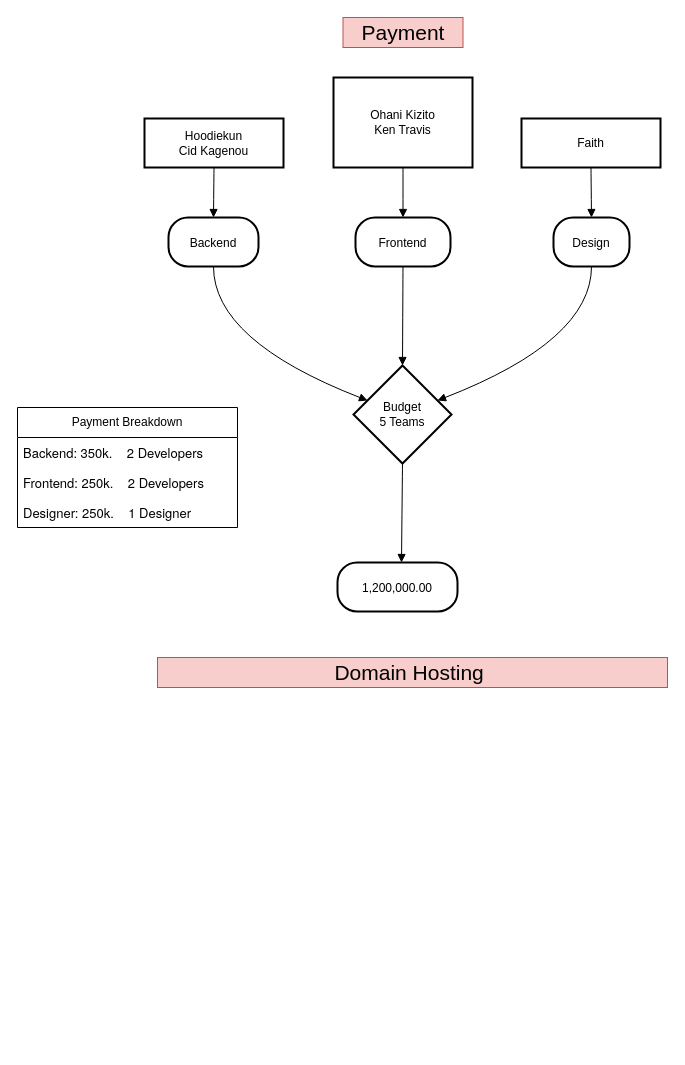
Above: Untitled Diagram.drawio in Hoodiekun/FicklePesky (draw.io), before the change. Source tidied: cells renumbered, new cells numbered last; positions are measured from the earlier drawing's top-left corner, leaving out a move shared by most shapes. Both pictures are drawn from the tidied source at 100%, with x=0, y=0 at pixel (17, 17).
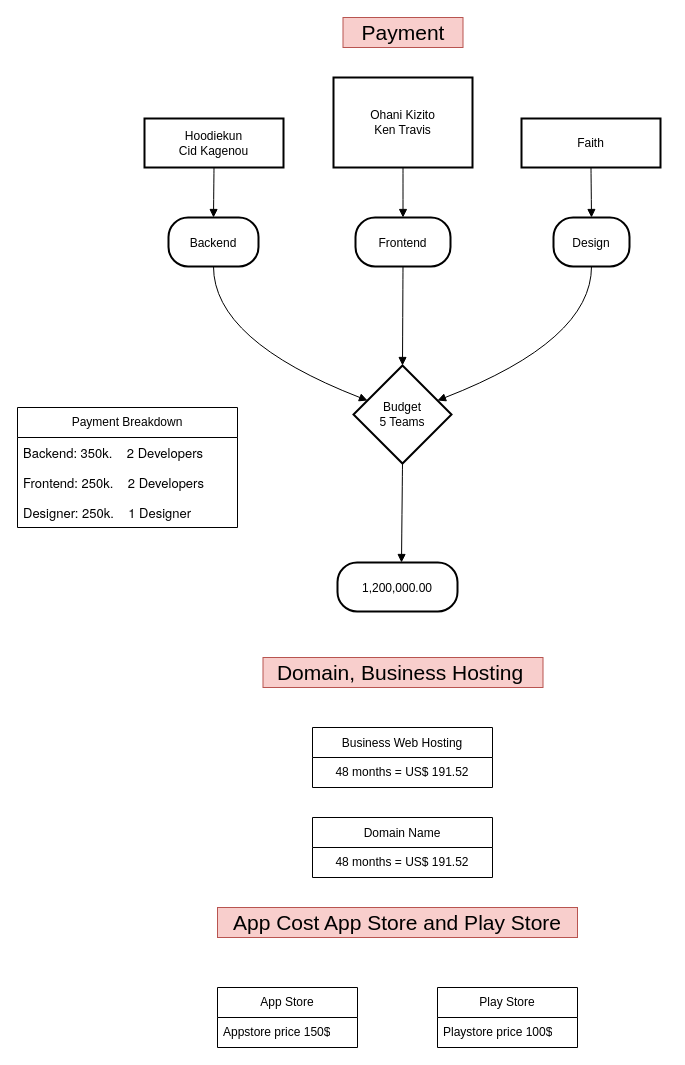
The same diagram, later.

The edit, as a diff of the source:
```diff
@@
-    <mxCell id="24" value="&lt;font style=&quot;font-size: 21px;&quot;&gt;Domain Hosting&amp;nbsp;&lt;/font&gt;" style="text;html=1;align=center;verticalAlign=middle;whiteSpace=wrap;rounded=0;fillColor=#f8cecc;strokeColor=#b85450;" parent="1" vertex="1">
-      <mxGeometry x="140" y="640" width="510" height="30" as="geometry" />
+    <mxCell id="24" value="&lt;font style=&quot;font-size: 21px;&quot;&gt;Domain, Business Hosting&amp;nbsp;&lt;/font&gt;" style="text;html=1;align=center;verticalAlign=middle;whiteSpace=wrap;rounded=0;fillColor=#f8cecc;strokeColor=#b85450;" parent="1" vertex="1">
+      <mxGeometry x="245.5" y="640" width="280" height="30" as="geometry" />
     </mxCell>
+    <mxCell id="25" value="&lt;font style=&quot;font-size: 21px;&quot;&gt;App Cost App Store and Play Store&lt;/font&gt;" style="text;html=1;align=center;verticalAlign=middle;whiteSpace=wrap;rounded=0;fillColor=#f8cecc;strokeColor=#b85450;" parent="1" vertex="1">
+      <mxGeometry x="200" y="890" width="360" height="30" as="geometry" />
+    </mxCell>
+    <mxCell id="26" value="App Store" style="swimlane;fontStyle=0;horizontal=1;startSize=30;whiteSpace=wrap;html=1;" parent="1" vertex="1">
+      <mxGeometry x="200" y="970" width="140" height="60" as="geometry" />
+    </mxCell>
+    <mxCell id="27" value="Appstore price 150$" style="text;strokeColor=none;fillColor=none;align=left;verticalAlign=middle;spacingLeft=4;spacingRight=4;overflow=hidden;whiteSpace=wrap;html=1;" parent="26" vertex="1">
+      <mxGeometry y="30" width="140" height="30" as="geometry" />
+    </mxCell>
+    <mxCell id="28" value="Play Store" style="swimlane;fontStyle=0;horizontal=1;startSize=30;whiteSpace=wrap;html=1;" parent="1" vertex="1">
+      <mxGeometry x="420" y="970" width="140" height="60" as="geometry" />
+    </mxCell>
+    <mxCell id="29" value="Playstore price 100$" style="text;strokeColor=none;fillColor=none;align=left;verticalAlign=middle;spacingLeft=4;spacingRight=4;overflow=hidden;whiteSpace=wrap;html=1;" parent="28" vertex="1">
+      <mxGeometry y="30" width="140" height="30" as="geometry" />
+    </mxCell>
+    <mxCell id="30" value="&lt;p style=&quot;margin: 0px; font-variant-numeric: normal; font-variant-east-asian: normal; font-variant-alternates: normal; font-size-adjust: none; font-kerning: auto; font-optical-sizing: auto; font-feature-settings: normal; font-variation-settings: normal; font-variant-position: normal; font-stretch: normal; line-height: normal;&quot; class=&quot;p1&quot;&gt;Business Web Hosting&lt;/p&gt;" style="swimlane;fontStyle=0;horizontal=1;startSize=30;whiteSpace=wrap;html=1;align=center;" parent="1" vertex="1">
+      <mxGeometry x="295" y="710" width="180" height="60" as="geometry" />
+    </mxCell>
+    <mxCell id="31" value="48 months =&amp;nbsp;&lt;span style=&quot;background-color: initial;&quot;&gt;US$ 191.52&lt;/span&gt;" style="text;strokeColor=none;fillColor=none;align=center;verticalAlign=middle;spacingLeft=4;spacingRight=4;overflow=hidden;whiteSpace=wrap;html=1;" parent="30" vertex="1">
+      <mxGeometry y="30" width="180" height="30" as="geometry" />
+    </mxCell>
+    <mxCell id="32" value="&lt;p style=&quot;margin: 0px; font-variant-numeric: normal; font-variant-east-asian: normal; font-variant-alternates: normal; font-size-adjust: none; font-kerning: auto; font-optical-sizing: auto; font-feature-settings: normal; font-variation-settings: normal; font-variant-position: normal; font-stretch: normal; line-height: normal;&quot; class=&quot;p1&quot;&gt;Domain Name&lt;/p&gt;" style="swimlane;fontStyle=0;horizontal=1;startSize=30;whiteSpace=wrap;html=1;align=center;" parent="1" vertex="1">
+      <mxGeometry x="295" y="800" width="180" height="60" as="geometry" />
+    </mxCell>
+    <mxCell id="33" value="48 months =&amp;nbsp;&lt;span style=&quot;background-color: initial;&quot;&gt;US$ 191.52&lt;/span&gt;" style="text;strokeColor=none;fillColor=none;align=center;verticalAlign=middle;spacingLeft=4;spacingRight=4;overflow=hidden;whiteSpace=wrap;html=1;" parent="32" vertex="1">
+      <mxGeometry y="30" width="180" height="30" as="geometry" />
+    </mxCell>
```
